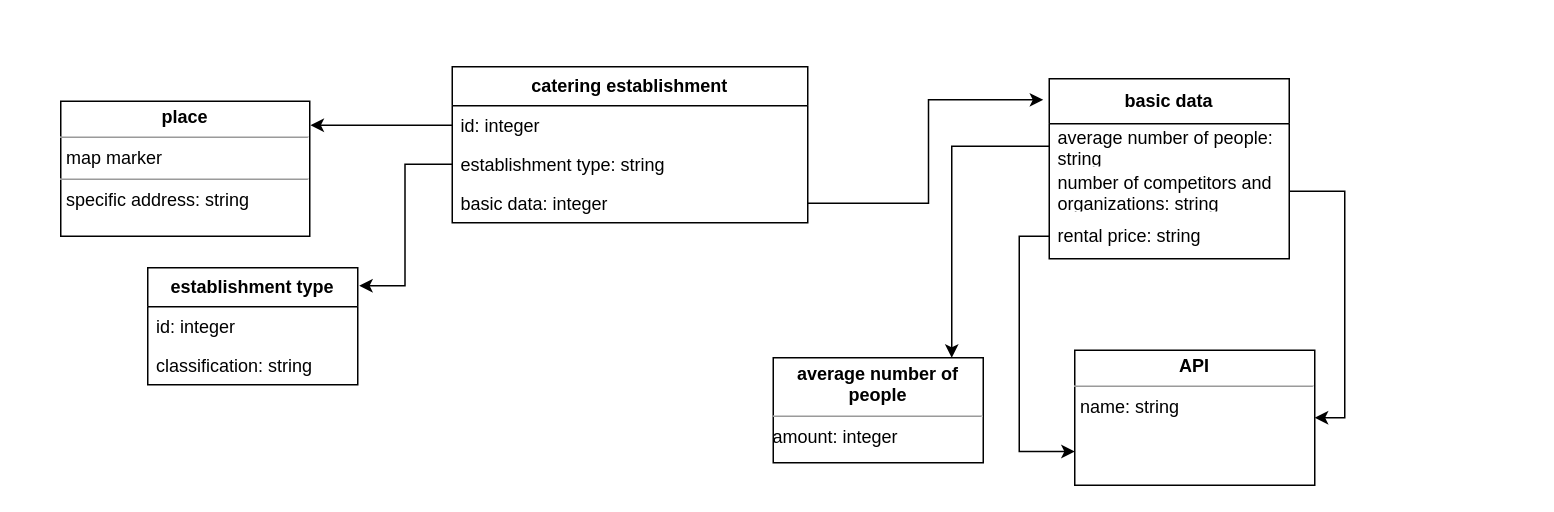
Before: Диаграмма классов.drawio in elmirhismatov/Diplom, a draw.io diagram. Source tidied: cells renumbered, new cells numbered last; positions are measured from the earlier drawing's top-left corner, leaving out a move shared by most shapes. Both pictures are drawn from the tidied source at 150%, with x=0, y=0 at pixel (60, 66).
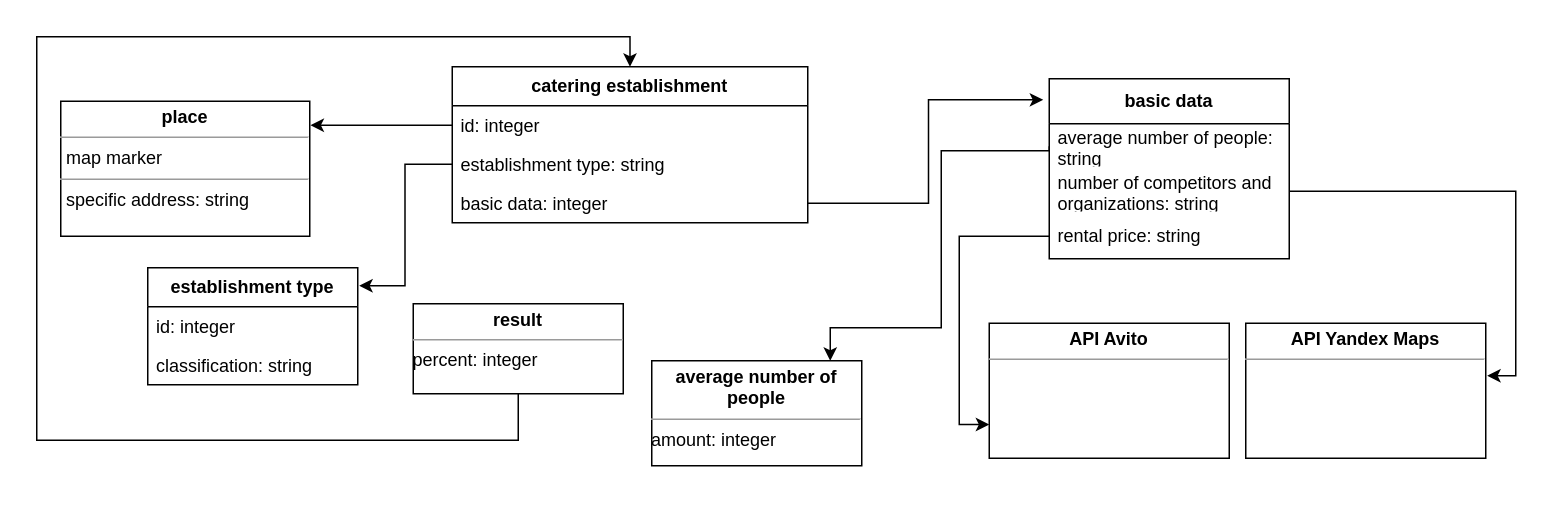
The same page after the edit.

Unchanged cells that the change refers to:
```xml
<mxCell id="2" value="&lt;b&gt;catering establishment&lt;/b&gt;" style="swimlane;fontStyle=0;horizontal=1;startSize=26;fillColor=none;whiteSpace=wrap;html=1;" parent="1" vertex="1">
  <mxGeometry x="261" width="237" height="104" as="geometry" />
</mxCell>
<mxCell id="10" value="average number of people: string" style="text;strokeColor=none;fillColor=none;align=left;verticalAlign=middle;spacingLeft=4;spacingRight=4;overflow=hidden;points=[[0,0.5],[1,0.5]];portConstraint=eastwest;whiteSpace=wrap;html=1;" parent="9" vertex="1">
  <mxGeometry y="30" width="160" height="30" as="geometry" />
</mxCell>
<mxCell id="11" value="number of competitors and organizations: string" style="text;strokeColor=none;fillColor=none;align=left;verticalAlign=middle;spacingLeft=4;spacingRight=4;overflow=hidden;points=[[0,0.5],[1,0.5]];portConstraint=eastwest;whiteSpace=wrap;html=1;" parent="9" vertex="1">
  <mxGeometry y="60" width="160" height="30" as="geometry" />
</mxCell>
```

The edit, as a diff of the source:
```diff
@@
-    <mxCell id="16" value="&lt;p style=&quot;margin:0px;margin-top:4px;text-align:center;&quot;&gt;&lt;b&gt;API&lt;/b&gt;&lt;/p&gt;&lt;hr size=&quot;1&quot;&gt;&lt;p style=&quot;margin:0px;margin-left:4px;&quot;&gt;name: string&lt;br&gt;&lt;/p&gt;&lt;p style=&quot;margin:0px;margin-left:4px;&quot;&gt;&lt;br&gt;&lt;/p&gt;" style="verticalAlign=top;align=left;overflow=fill;fontSize=12;fontFamily=Helvetica;html=1;whiteSpace=wrap;" parent="1" vertex="1">
-      <mxGeometry x="676" y="189" width="160" height="90" as="geometry" />
+    <mxCell id="16" value="&lt;p style=&quot;margin:0px;margin-top:4px;text-align:center;&quot;&gt;&lt;b&gt;API Avito&lt;/b&gt;&lt;/p&gt;&lt;hr size=&quot;1&quot;&gt;&lt;p style=&quot;margin:0px;margin-left:4px;&quot;&gt;&lt;br&gt;&lt;/p&gt;" style="verticalAlign=top;align=left;overflow=fill;fontSize=12;fontFamily=Helvetica;html=1;whiteSpace=wrap;" parent="1" vertex="1">
+      <mxGeometry x="619" y="171" width="160" height="90" as="geometry" />
     </mxCell>
     <mxCell id="17" value="&lt;p style=&quot;margin:0px;margin-top:4px;text-align:center;&quot;&gt;&lt;b&gt;average number of people&lt;/b&gt;&lt;br&gt;&lt;/p&gt;&lt;hr size=&quot;1&quot;&gt;&lt;div style=&quot;height:2px;&quot;&gt;amount: integer&lt;/div&gt;" style="verticalAlign=top;align=left;overflow=fill;fontSize=12;fontFamily=Helvetica;html=1;whiteSpace=wrap;" parent="1" vertex="1">
-      <mxGeometry x="475" y="194" width="140" height="70" as="geometry" />
+      <mxGeometry x="394" y="196" width="140" height="70" as="geometry" />
     </mxCell>
     <mxCell id="18" style="edgeStyle=orthogonalEdgeStyle;rounded=0;jettySize=auto;html=1;exitX=0;exitY=0.5;exitDx=0;exitDy=0;entryX=0.85;entryY=0;entryDx=0;entryDy=0;entryPerimeter=0;" parent="1" edge="1" source="10" target="17">
-      <mxGeometry relative="1" as="geometry" />
+      <mxGeometry relative="1" as="geometry">
+        <Array as="points">
+          <mxPoint x="659" y="56" />
+          <mxPoint x="587" y="56" />
+          <mxPoint x="587" y="174" />
+          <mxPoint x="513" y="174" />
+        </Array>
+      </mxGeometry>
     </mxCell>
-    <mxCell id="19" style="edgeStyle=orthogonalEdgeStyle;rounded=0;jettySize=auto;html=1;exitX=1;exitY=0.5;exitDx=0;exitDy=0;entryX=1;entryY=0.5;entryDx=0;entryDy=0;" parent="1" edge="1" source="11" target="16">
+    <mxCell id="19" style="edgeStyle=orthogonalEdgeStyle;rounded=0;jettySize=auto;html=1;exitX=1;exitY=0.5;exitDx=0;exitDy=0;entryX=1.006;entryY=0.389;entryDx=0;entryDy=0;entryPerimeter=0;" parent="1" edge="1" source="11" target="24">
       <mxGeometry relative="1" as="geometry" />
     </mxCell>
@@
+    <mxCell id="22" style="edgeStyle=orthogonalEdgeStyle;rounded=0;jettySize=auto;html=1;entryX=0.5;entryY=0;entryDx=0;entryDy=0;exitX=0.5;exitY=1;exitDx=0;exitDy=0;" parent="1" edge="1" source="23" target="2">
+      <mxGeometry relative="1" as="geometry">
+        <Array as="points">
+          <mxPoint x="305" y="249" />
+          <mxPoint x="-16" y="249" />
+          <mxPoint x="-16" y="-20" />
+          <mxPoint x="380" y="-20" />
+        </Array>
+      </mxGeometry>
+    </mxCell>
+    <mxCell id="23" value="&lt;p style=&quot;margin:0px;margin-top:4px;text-align:center;&quot;&gt;&lt;b&gt;result&lt;/b&gt;&lt;/p&gt;&lt;hr size=&quot;1&quot;&gt;&lt;div style=&quot;height:2px;&quot;&gt;percent: integer&lt;/div&gt;" style="verticalAlign=top;align=left;overflow=fill;fontSize=12;fontFamily=Helvetica;html=1;whiteSpace=wrap;" parent="1" vertex="1">
+      <mxGeometry x="235" y="158" width="140" height="60" as="geometry" />
+    </mxCell>
+    <mxCell id="24" value="&lt;p style=&quot;margin:0px;margin-top:4px;text-align:center;&quot;&gt;&lt;b&gt;API Yandex Maps&lt;/b&gt;&lt;/p&gt;&lt;hr size=&quot;1&quot;&gt;&lt;p style=&quot;margin:0px;margin-left:4px;&quot;&gt;&lt;br&gt;&lt;/p&gt;" style="verticalAlign=top;align=left;overflow=fill;fontSize=12;fontFamily=Helvetica;html=1;whiteSpace=wrap;" parent="1" vertex="1">
+      <mxGeometry x="790" y="171" width="160" height="90" as="geometry" />
+    </mxCell>
```
